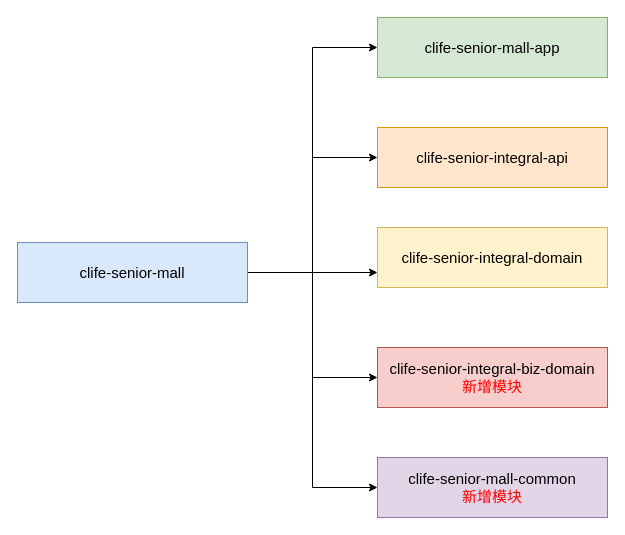
Above: 积分商城重构项目模块.drawio in messi122/picture (draw.io), before the change. Source tidied: cells renumbered, new cells numbered last; positions are measured from the earlier drawing's top-left corner, leaving out a move shared by most shapes. Both pictures are drawn from the tidied source at 100%, with x=0, y=0 at pixel (17, 17).
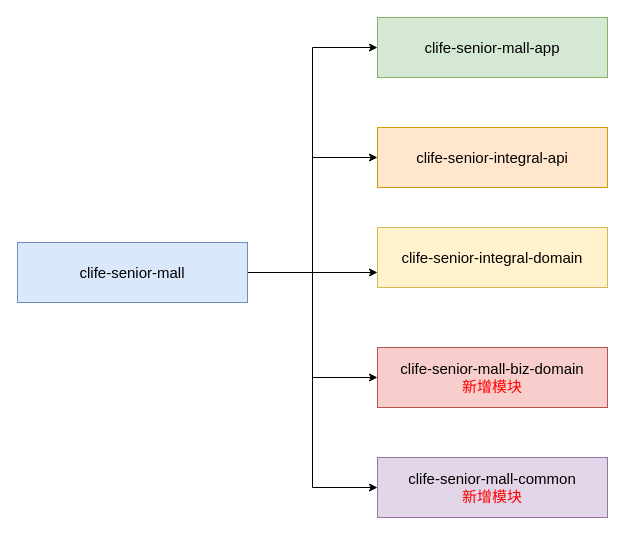
The same page after the edit.

Commit message (it also covers changes not shown here):
更新积分商城重构项目模块.drawio

What changed in the source:
```diff
@@
 <mxGraphModel>
   <root>
     <mxCell id="0" />
     <mxCell id="1" parent="0" />
     <mxCell id="2" style="edgeStyle=orthogonalEdgeStyle;rounded=0;jettySize=auto;html=1;exitX=1;exitY=0.5;exitDx=0;exitDy=0;entryX=0;entryY=0.5;entryDx=0;entryDy=0;" parent="1" edge="1" source="7" target="8">
       <mxGeometry relative="1" as="geometry" />
     </mxCell>
     <mxCell id="3" style="edgeStyle=orthogonalEdgeStyle;rounded=0;jettySize=auto;html=1;exitX=1;exitY=0.5;exitDx=0;exitDy=0;entryX=0;entryY=0.5;entryDx=0;entryDy=0;" parent="1" edge="1" source="7" target="9">
       <mxGeometry relative="1" as="geometry" />
     </mxCell>
     <mxCell id="4" style="edgeStyle=orthogonalEdgeStyle;rounded=0;jettySize=auto;html=1;exitX=1;exitY=0.5;exitDx=0;exitDy=0;entryX=0;entryY=0.75;entryDx=0;entryDy=0;" parent="1" edge="1" source="7" target="10">
       <mxGeometry relative="1" as="geometry" />
     </mxCell>
     <mxCell id="5" style="edgeStyle=orthogonalEdgeStyle;rounded=0;jettySize=auto;html=1;entryX=0;entryY=0.5;entryDx=0;entryDy=0;" parent="1" edge="1" source="7" target="11">
       <mxGeometry relative="1" as="geometry" />
     </mxCell>
     <mxCell id="6" style="edgeStyle=orthogonalEdgeStyle;rounded=0;jettySize=auto;html=1;exitX=1;exitY=0.5;exitDx=0;exitDy=0;entryX=0;entryY=0.5;entryDx=0;entryDy=0;" parent="1" edge="1" source="7" target="12">
       <mxGeometry relative="1" as="geometry" />
     </mxCell>
     <mxCell id="7" value="&lt;font style=&quot;font-size: 15px;&quot;&gt;clife-senior-mall&lt;/font&gt;" style="rounded=0;whiteSpace=wrap;html=1;fillColor=#dae8fc;strokeColor=#6c8ebf;" parent="1" vertex="1">
       <mxGeometry y="225" width="230" height="60" as="geometry" />
     </mxCell>
     <mxCell id="8" value="&lt;font style=&quot;font-size: 15px;&quot;&gt;clife-senior-mall-app&lt;/font&gt;" style="rounded=0;whiteSpace=wrap;html=1;fillColor=#d5e8d4;strokeColor=#82b366;" parent="1" vertex="1">
       <mxGeometry x="360" width="230" height="60" as="geometry" />
     </mxCell>
     <mxCell id="9" value="&lt;font style=&quot;font-size: 15px;&quot;&gt;clife-senior-integral-api&lt;/font&gt;" style="rounded=0;whiteSpace=wrap;html=1;fillColor=#ffe6cc;strokeColor=#d79b00;" parent="1" vertex="1">
       <mxGeometry x="360" y="110" width="230" height="60" as="geometry" />
     </mxCell>
     <mxCell id="10" value="&lt;font style=&quot;font-size: 15px;&quot;&gt;clife-senior-integral-domain&lt;/font&gt;" style="rounded=0;whiteSpace=wrap;html=1;fillColor=#fff2cc;strokeColor=#d6b656;" parent="1" vertex="1">
       <mxGeometry x="360" y="210" width="230" height="60" as="geometry" />
     </mxCell>
-    <mxCell id="11" value="&lt;span style=&quot;font-size: 15px;&quot;&gt;clife-senior-integral-biz-domain&lt;/span&gt;&lt;div&gt;&lt;span style=&quot;font-size: 15px;&quot;&gt;&lt;font style=&quot;color: rgb(255, 0, 0);&quot;&gt;新增模块&lt;/font&gt;&lt;/span&gt;&lt;/div&gt;" style="rounded=0;whiteSpace=wrap;html=1;fillColor=#f8cecc;strokeColor=#b85450;" parent="1" vertex="1">
+    <mxCell id="11" value="&lt;span style=&quot;font-size: 15px;&quot;&gt;clife-senior-mall-biz-domain&lt;/span&gt;&lt;div&gt;&lt;span style=&quot;font-size: 15px;&quot;&gt;&lt;font style=&quot;color: rgb(255, 0, 0);&quot;&gt;新增模块&lt;/font&gt;&lt;/span&gt;&lt;/div&gt;" style="rounded=0;whiteSpace=wrap;html=1;fillColor=#f8cecc;strokeColor=#b85450;" parent="1" vertex="1">
       <mxGeometry x="360" y="330" width="230" height="60" as="geometry" />
     </mxCell>
     <mxCell id="12" value="&lt;font style=&quot;font-size: 15px;&quot;&gt;clife-senior-mall-common&lt;/font&gt;&lt;div&gt;&lt;font style=&quot;font-size: 15px; color: rgb(255, 0, 0);&quot;&gt;新增模块&lt;/font&gt;&lt;/div&gt;" style="rounded=0;whiteSpace=wrap;html=1;fillColor=#e1d5e7;strokeColor=#9673a6;" parent="1" vertex="1">
       <mxGeometry x="360" y="440" width="230" height="60" as="geometry" />
     </mxCell>
   </root>
 </mxGraphModel>
```
